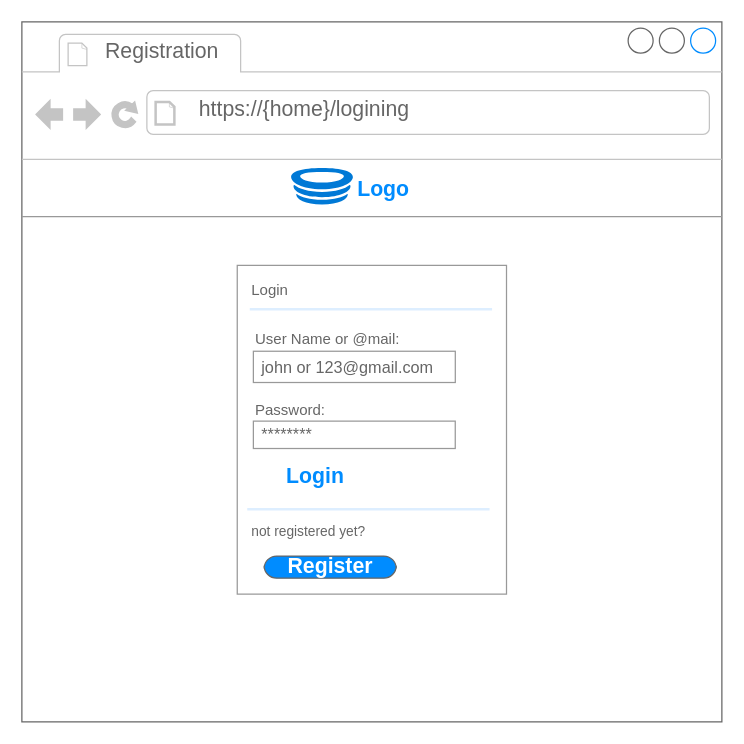
The draw.io diagram page "Mockup_Login_Page" (4 of 8) of Board_Use_Case_Diagramm.drawio in ololnovolol/ScrumBoardApp, before the edit. Source tidied: cells renumbered, new cells numbered last; positions are measured from the earlier drawing's top-left corner, leaving out a move shared by most shapes. Both pictures are drawn from the tidied source at 125%, with x=0, y=0 at pixel (21, 21).
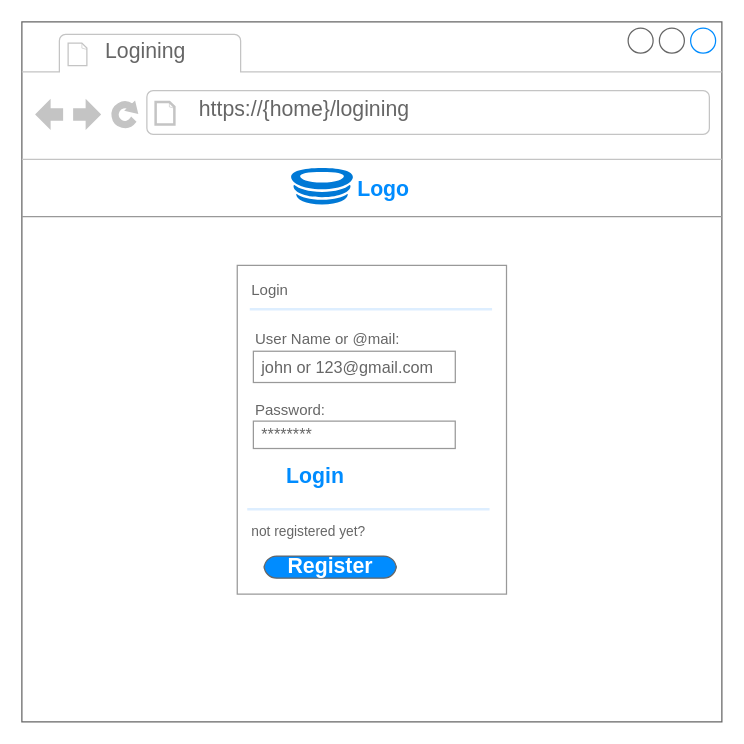
The same page after the edit.

Unchanged cells that the change refers to:
```xml
<mxCell id="2" style="group;" parent="1" vertex="1">
  <mxGeometry width="560" height="560" as="geometry" />
</mxCell>
```

What changed in the source:
```diff
@@
-    <mxCell id="4" value="Registration" style="strokeWidth=1;shadow=0;dashed=0;align=center;html=1;shape=mxgraph.mockup.containers.anchor;fontSize=17;fontColor=#666666;align=left;" parent="2" vertex="1">
+    <mxCell id="4" value="Logining" style="strokeWidth=1;shadow=0;dashed=0;align=center;html=1;shape=mxgraph.mockup.containers.anchor;fontSize=17;fontColor=#666666;align=left;" parent="2" vertex="1">
       <mxGeometry x="64.6" y="11.7" width="118.5" height="25.3" as="geometry" />
     </mxCell>
```
